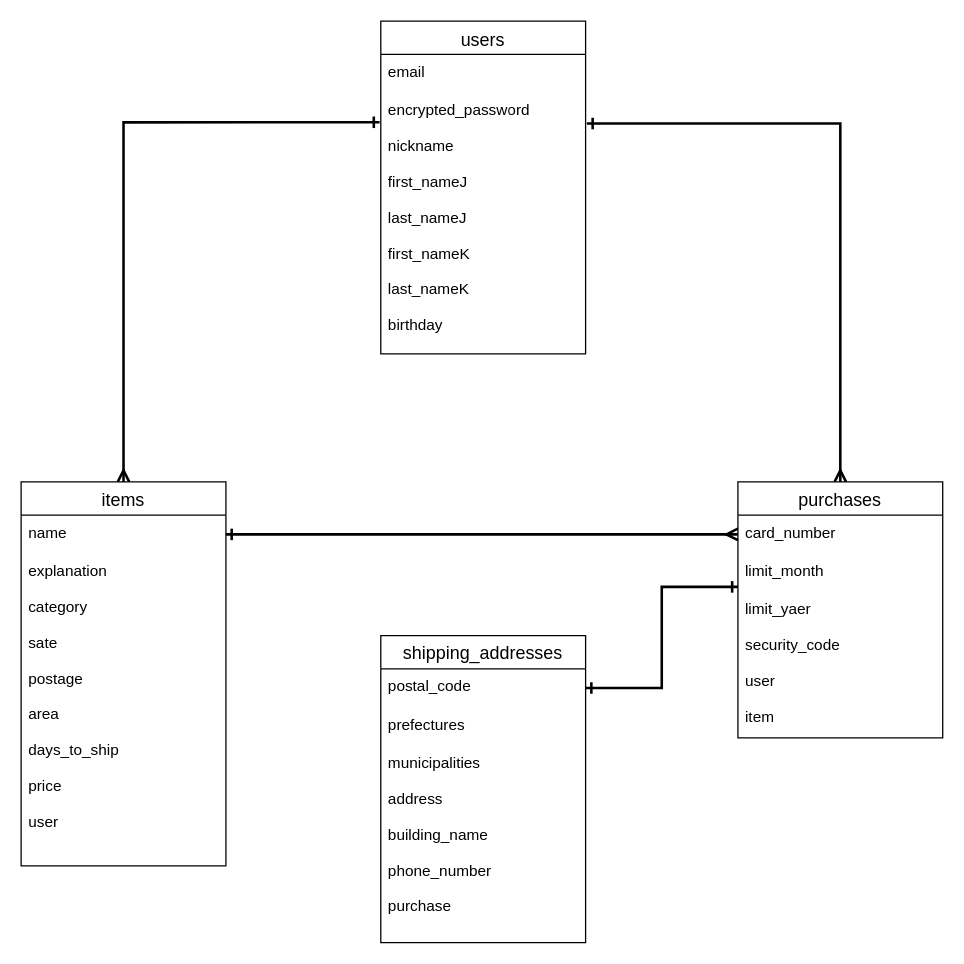
Earlier version of the draw.io diagram db.dio (TaiseiKunieda/furima-33474). Source tidied: cells renumbered, new cells numbered last; positions are measured from the earlier drawing's top-left corner, leaving out a move shared by most shapes. Both pictures are drawn from the tidied source at 128%, with x=0, y=0 at pixel (20, 20).
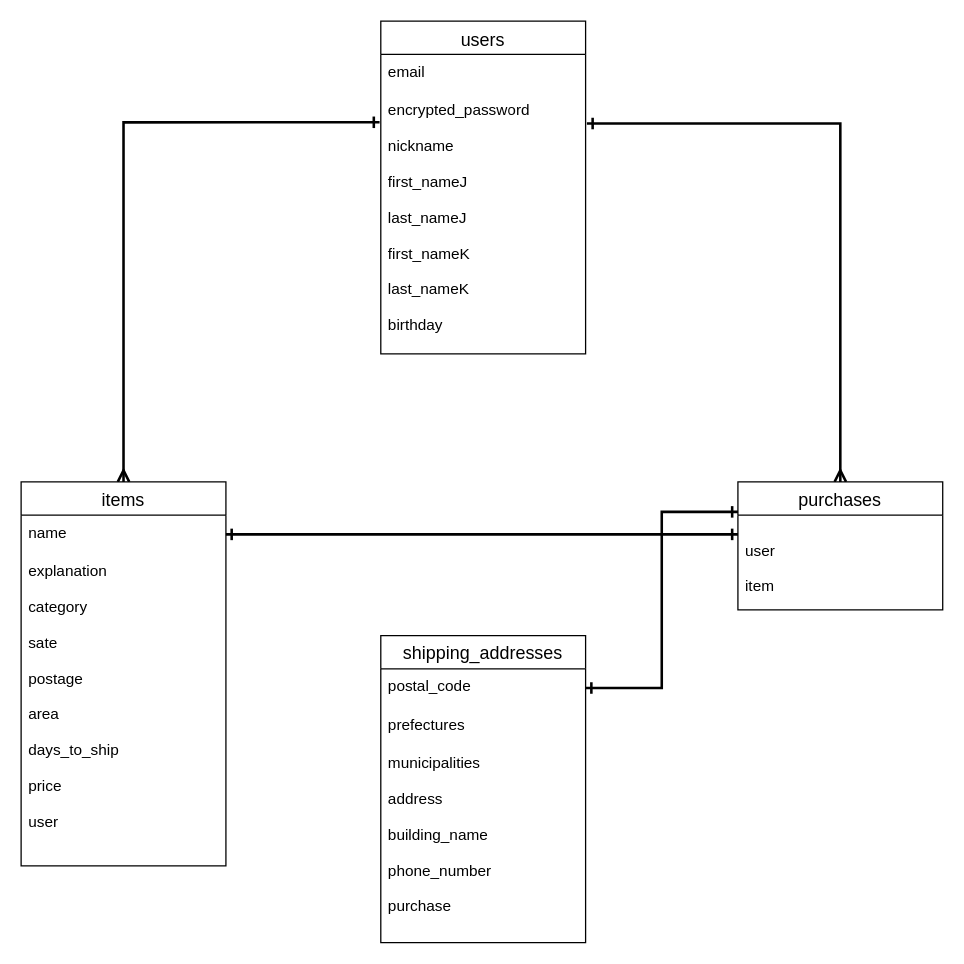
The same page after the edit.

Commit message (it also covers changes not shown here):
ER図とデータベース設計

https://i.gyazo.com/3a5f7706ffcee22e6f037d9918e45099.png

The change refers to these unchanged cells:
```xml
<mxCell id="7" value="name" style="text;strokeColor=none;fillColor=none;spacingLeft=4;spacingRight=4;overflow=hidden;points=[[0,0.5],[1,0.5]];portConstraint=eastwest;fontSize=12;" parent="6" vertex="1">
  <mxGeometry y="26" width="160" height="30" as="geometry" />
</mxCell>
```

Diff of the diagram source:
```diff
@@
     <mxCell id="10" value="purchases" style="swimlane;fontStyle=0;horizontal=1;startSize=26;align=center;fontSize=14;" parent="1" vertex="1">
-      <mxGeometry x="560" y="360" width="160" height="200" as="geometry" />
+      <mxGeometry x="560" y="360" width="160" height="100" as="geometry" />
     </mxCell>
-    <mxCell id="11" value="card_number" style="text;strokeColor=none;fillColor=none;spacingLeft=4;spacingRight=4;overflow=hidden;points=[[0,0.5],[1,0.5]];portConstraint=eastwest;fontSize=12;" parent="10" vertex="1">
-      <mxGeometry y="26" width="160" height="30" as="geometry" />
-    </mxCell>
-    <mxCell id="12" value="limit_month" style="text;strokeColor=none;fillColor=none;spacingLeft=4;spacingRight=4;overflow=hidden;fontSize=12;" parent="10" vertex="1">
-      <mxGeometry y="56" width="160" height="30" as="geometry" />
-    </mxCell>
-    <mxCell id="13" value="limit_yaer&#10;&#10;security_code&#10;&#10;user&#10;&#10;item" style="text;strokeColor=none;fillColor=none;spacingLeft=4;spacingRight=4;overflow=hidden;points=[[0,0.5],[1,0.5]];portConstraint=eastwest;fontSize=12;" parent="10" vertex="1">
-      <mxGeometry y="86" width="160" height="114" as="geometry" />
+    <mxCell id="13" value="&#10;user&#10;&#10;item" style="text;strokeColor=none;fillColor=none;spacingLeft=4;spacingRight=4;overflow=hidden;points=[[0,0.5],[1,0.5]];portConstraint=eastwest;fontSize=12;" parent="10" vertex="1">
+      <mxGeometry y="26" width="160" height="74" as="geometry" />
     </mxCell>
-    <mxCell id="14" style="edgeStyle=orthogonalEdgeStyle;rounded=0;jettySize=auto;html=1;exitX=1;exitY=0.5;exitDx=0;exitDy=0;entryX=0;entryY=0.5;entryDx=0;entryDy=0;endArrow=ERmany;endFill=0;startArrow=ERone;startFill=0;strokeWidth=2;" parent="1" edge="1" source="7" target="11">
-      <mxGeometry relative="1" as="geometry" />
+    <mxCell id="14" style="edgeStyle=orthogonalEdgeStyle;rounded=0;jettySize=auto;html=1;exitX=1;exitY=0.5;exitDx=0;exitDy=0;entryX=0;entryY=0.5;entryDx=0;entryDy=0;endArrow=ERone;endFill=0;startArrow=ERone;startFill=0;strokeWidth=2;" parent="1" edge="1" source="7">
+      <mxGeometry relative="1" as="geometry">
+        <mxPoint x="560" y="401" as="targetPoint" />
+      </mxGeometry>
     </mxCell>
```
